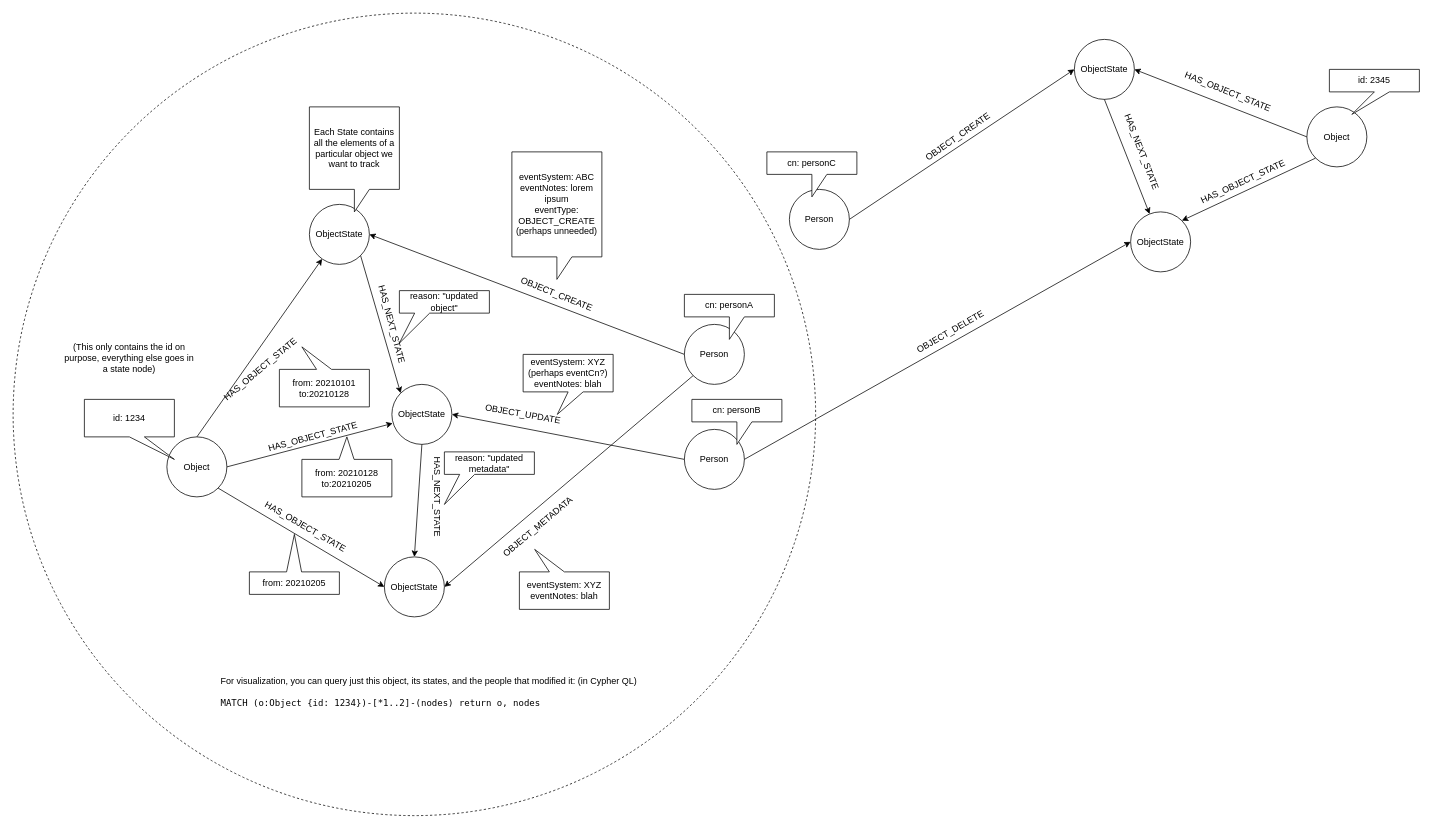
RMSLowside/rmslow keeps this draw.io diagram as page "Graph DB Example" (5 of 5) of Drawings/PandL/P&L.drawio. Above is the earlier version. Source tidied: cells renumbered, new cells numbered last; positions are measured from the earlier drawing's top-left corner, leaving out a move shared by most shapes. Both pictures are drawn from the tidied source at 75%, with x=0, y=0 at pixel (13, 13).
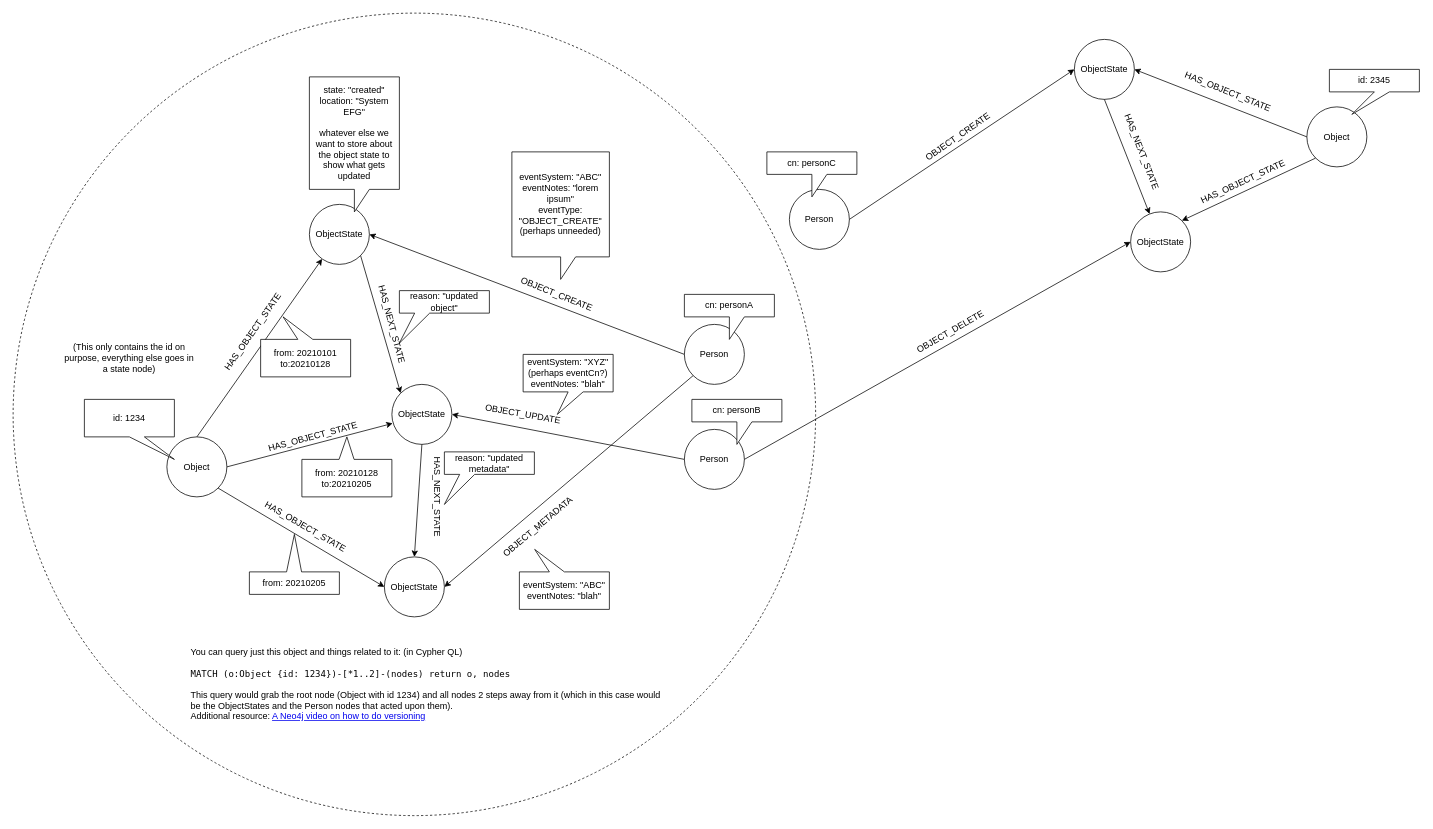
Above is the later version.

What changed in the source:
```diff
@@
-    <mxCell id="9" value="HAS_OBJECT_STATE" style="text;html=1;strokeColor=none;fillColor=none;align=center;verticalAlign=middle;whiteSpace=wrap;rounded=0;rotation=-40;" parent="1" vertex="1">
-      <mxGeometry x="255" y="465" width="150" height="20" as="geometry" />
+    <mxCell id="9" value="HAS_OBJECT_STATE" style="text;html=1;strokeColor=none;fillColor=none;align=center;verticalAlign=middle;whiteSpace=wrap;rounded=0;rotation=-55;" parent="1" vertex="1">
+      <mxGeometry x="245" y="415" width="150" height="20" as="geometry" />
     </mxCell>
@@
     <mxCell id="16" value="from: 20210101&lt;br&gt;to:20210128" style="shape=callout;whiteSpace=wrap;html=1;perimeter=calloutPerimeter;size=30;position=0.42;position2=0.75;direction=west;" parent="1" vertex="1">
-      <mxGeometry x="355" y="445" width="120" height="80" as="geometry" />
+      <mxGeometry x="330" y="405" width="120" height="80" as="geometry" />
     </mxCell>
-    <mxCell id="17" value="Each State contains all the elements of a particular object we want to track" style="shape=callout;whiteSpace=wrap;html=1;perimeter=calloutPerimeter;" parent="1" vertex="1">
-      <mxGeometry x="395" y="125" width="120" height="140" as="geometry" />
+    <mxCell id="17" value="state: &quot;created&quot;&lt;br&gt;location: &quot;System EFG&quot;&lt;br&gt;&lt;br&gt;whatever else we want to store about the object state to show what gets updated" style="shape=callout;whiteSpace=wrap;html=1;perimeter=calloutPerimeter;" parent="1" vertex="1">
+      <mxGeometry x="395" y="85" width="120" height="180" as="geometry" />
     </mxCell>
@@
-    <mxCell id="31" value="eventSystem: ABC&lt;br&gt;eventNotes: lorem ipsum&lt;br&gt;eventType: OBJECT_CREATE&lt;br&gt;(perhaps unneeded)" style="shape=callout;whiteSpace=wrap;html=1;perimeter=calloutPerimeter;" parent="1" vertex="1">
-      <mxGeometry x="665" y="185" width="120" height="170" as="geometry" />
+    <mxCell id="31" value="eventSystem: &quot;ABC&quot;&lt;br&gt;eventNotes: &quot;lorem ipsum&quot;&lt;br&gt;eventType: &quot;OBJECT_CREATE&quot;&lt;br&gt;(perhaps unneeded)" style="shape=callout;whiteSpace=wrap;html=1;perimeter=calloutPerimeter;" parent="1" vertex="1">
+      <mxGeometry x="665" y="185" width="130" height="170" as="geometry" />
     </mxCell>
@@
-    <mxCell id="33" value="eventSystem: XYZ&lt;br&gt;(perhaps eventCn?)&lt;br&gt;eventNotes: blah" style="shape=callout;whiteSpace=wrap;html=1;perimeter=calloutPerimeter;position2=0.38;" parent="1" vertex="1">
+    <mxCell id="33" value="eventSystem: &quot;XYZ&quot;&lt;br&gt;(perhaps eventCn?)&lt;br&gt;eventNotes: &quot;blah&quot;" style="shape=callout;whiteSpace=wrap;html=1;perimeter=calloutPerimeter;position2=0.38;" parent="1" vertex="1">
       <mxGeometry x="680" y="455" width="120" height="80" as="geometry" />
     </mxCell>
-    <mxCell id="34" value="eventSystem: XYZ&lt;br&gt;eventNotes: blah" style="shape=callout;whiteSpace=wrap;html=1;perimeter=calloutPerimeter;direction=west;position2=0.83;" parent="1" vertex="1">
+    <mxCell id="34" value="eventSystem: &quot;ABC&quot;&lt;br&gt;eventNotes: &quot;blah&quot;" style="shape=callout;whiteSpace=wrap;html=1;perimeter=calloutPerimeter;direction=west;position2=0.83;" parent="1" vertex="1">
       <mxGeometry x="675" y="715" width="120" height="80" as="geometry" />
     </mxCell>
@@
-    <mxCell id="54" value="For visualization, you can query just this object, its states, and the people that modified it: (in Cypher QL)&lt;br&gt;&lt;br&gt;&lt;font face=&quot;Lucida Console&quot;&gt;MATCH (o:Object {id: 1234})-[*1..2]-(nodes) return o, nodes&lt;/font&gt;" style="text;html=1;strokeColor=none;fillColor=none;align=left;verticalAlign=middle;whiteSpace=wrap;rounded=0;dashed=1;" parent="1" vertex="1">
-      <mxGeometry x="275" y="855" width="630" height="100" as="geometry" />
+    <mxCell id="54" value="You can query just this object and things related to it: (in Cypher QL)&lt;br&gt;&lt;br&gt;&lt;font face=&quot;Lucida Console&quot;&gt;MATCH (o:Object {id: 1234})-[*1..2]-(nodes) return o, nodes&lt;/font&gt;&lt;br&gt;&lt;br&gt;This query would grab the root node (Object with id 1234) and all nodes 2 steps away from it (which in this case would be the ObjectStates and the Person nodes that acted upon them).&lt;br&gt;Additional resource: &lt;a href=&quot;https://www.youtube.com/watch?v=Cm1yd8d7qv0&amp;amp;feature=emb_logo&quot;&gt;A Neo4j video on how to do versioning&lt;/a&gt;" style="text;html=1;strokeColor=none;fillColor=none;align=left;verticalAlign=middle;whiteSpace=wrap;rounded=0;dashed=1;" parent="1" vertex="1">
+      <mxGeometry x="235" y="845" width="630" height="100" as="geometry" />
     </mxCell>
```
